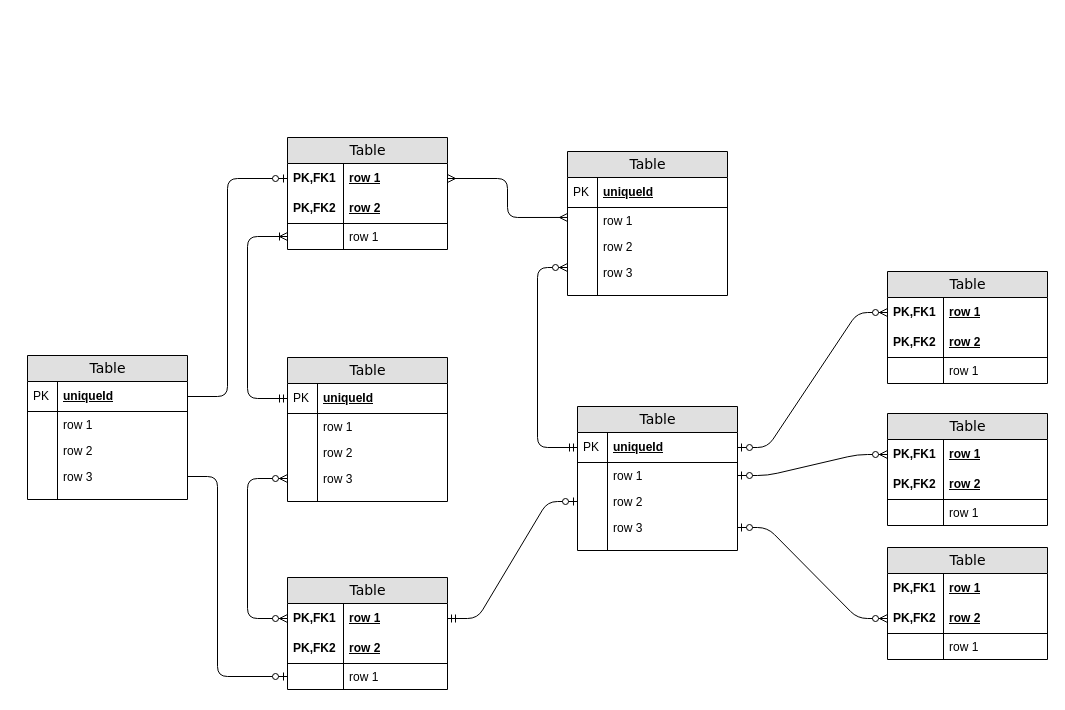
This is Диаграмма без названия.drawio from Shookherr/Skillbox, a draw.io file, before an edit. Source tidied: cells renumbered, new cells numbered last; positions are measured from the earlier drawing's top-left corner, leaving out a move shared by most shapes. Both pictures are drawn from the tidied source at 100%, with x=0, y=0 at pixel (27, 137).
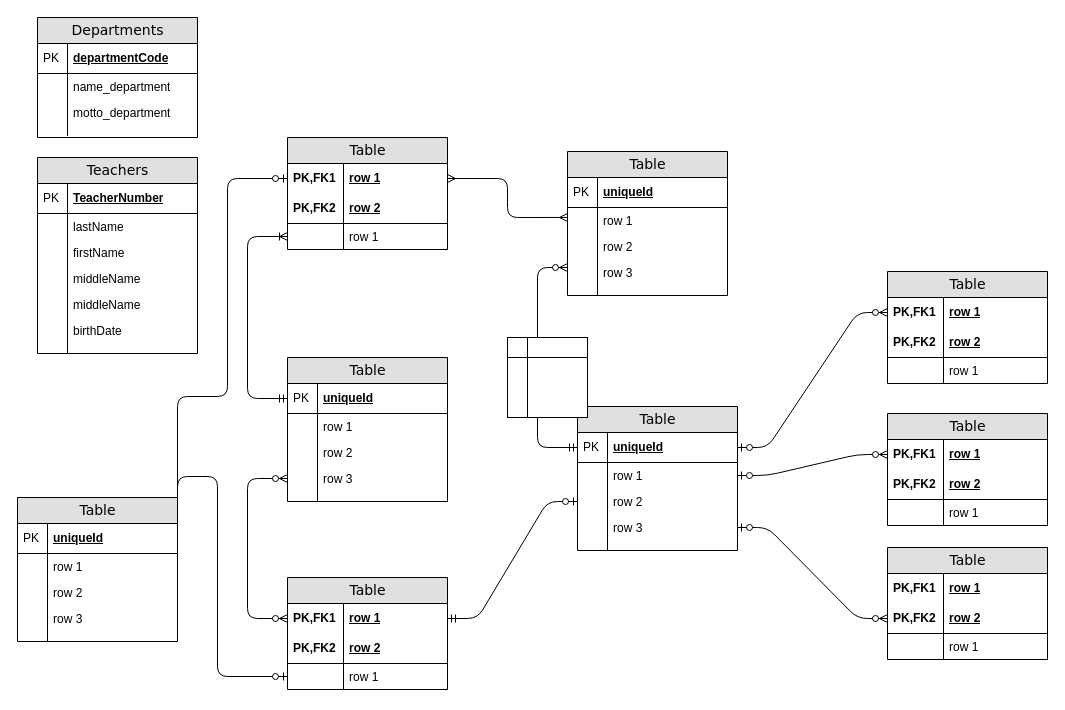
After the change.

Change to the diagram source:
```diff
@@
     <mxCell id="78" value="Table" style="swimlane;html=1;fontStyle=0;horizontal=1;startSize=26;fillColor=#e0e0e0;swimlaneFillColor=#ffffff;align=center;rounded=0;shadow=0;comic=0;labelBackgroundColor=none;strokeWidth=1;fontFamily=Verdana;fontSize=14;" parent="1" vertex="1">
-      <mxGeometry y="218" width="160" height="144" as="geometry" />
+      <mxGeometry x="-10" y="360" width="160" height="144" as="geometry" />
     </mxCell>
@@
+    <mxCell id="91" style="shape=internalStorage;whiteSpace=wrap;html=1;backgroundOutline=1;" parent="1" vertex="1">
+      <mxGeometry x="480" y="200" width="80" height="80" as="geometry" />
+    </mxCell>
+    <mxCell id="92" value="Departments" style="swimlane;html=1;fontStyle=0;horizontal=1;startSize=26;fillColor=#e0e0e0;swimlaneFillColor=#ffffff;align=center;rounded=0;shadow=0;comic=0;labelBackgroundColor=none;strokeWidth=1;fontFamily=Verdana;fontSize=14;swimlaneLine=1;" parent="1" vertex="1">
+      <mxGeometry x="10" y="-120" width="160" height="120" as="geometry" />
+    </mxCell>
+    <mxCell id="93" value="departmentCode" style="shape=partialRectangle;top=0;left=0;right=0;bottom=1;html=1;align=left;verticalAlign=middle;fillColor=none;spacingLeft=34;spacingRight=4;whiteSpace=wrap;overflow=hidden;fontStyle=5;" parent="92" vertex="1">
+      <mxGeometry y="26" width="160" height="30" as="geometry" />
+    </mxCell>
+    <mxCell id="94" value="PK" style="shape=partialRectangle;top=0;left=0;bottom=0;html=1;fillColor=none;align=left;verticalAlign=middle;spacingLeft=4;spacingRight=4;whiteSpace=wrap;overflow=hidden;" parent="93" vertex="1">
+      <mxGeometry width="30" height="30" as="geometry" />
+    </mxCell>
+    <mxCell id="95" value="name_department" style="shape=partialRectangle;top=0;left=0;right=0;bottom=0;html=1;align=left;verticalAlign=top;fillColor=none;spacingLeft=34;spacingRight=4;whiteSpace=wrap;overflow=hidden;" parent="92" vertex="1">
+      <mxGeometry y="56" width="160" height="26" as="geometry" />
+    </mxCell>
+    <mxCell id="96" style="shape=partialRectangle;top=0;left=0;bottom=0;html=1;fillColor=none;align=left;verticalAlign=top;spacingLeft=4;spacingRight=4;whiteSpace=wrap;overflow=hidden;" parent="95" vertex="1">
+      <mxGeometry width="30" height="26" as="geometry" />
+    </mxCell>
+    <mxCell id="97" value="motto_department" style="shape=partialRectangle;top=0;left=0;right=0;bottom=0;html=1;align=left;verticalAlign=top;fillColor=none;spacingLeft=34;spacingRight=4;whiteSpace=wrap;overflow=hidden;" parent="92" vertex="1">
+      <mxGeometry y="82" width="160" height="26" as="geometry" />
+    </mxCell>
+    <mxCell id="98" style="shape=partialRectangle;top=0;left=0;bottom=0;html=1;fillColor=none;align=left;verticalAlign=top;spacingLeft=4;spacingRight=4;whiteSpace=wrap;overflow=hidden;" parent="97" vertex="1">
+      <mxGeometry width="30" height="26" as="geometry" />
+    </mxCell>
+    <mxCell id="99" style="shape=partialRectangle;top=0;left=0;right=0;bottom=0;html=1;align=left;verticalAlign=top;fillColor=none;spacingLeft=34;spacingRight=4;whiteSpace=wrap;overflow=hidden;" parent="92" vertex="1">
+      <mxGeometry y="108" width="160" height="10" as="geometry" />
+    </mxCell>
+    <mxCell id="100" style="shape=partialRectangle;top=0;left=0;bottom=0;html=1;fillColor=none;align=left;verticalAlign=top;spacingLeft=4;spacingRight=4;whiteSpace=wrap;overflow=hidden;" parent="99" vertex="1">
+      <mxGeometry width="30" height="10" as="geometry" />
+    </mxCell>
+    <mxCell id="101" value="Teachers" style="swimlane;html=1;fontStyle=0;horizontal=1;startSize=26;fillColor=#e0e0e0;swimlaneFillColor=#ffffff;align=center;rounded=0;shadow=0;comic=0;labelBackgroundColor=none;strokeWidth=1;fontFamily=Verdana;fontSize=14;swimlaneLine=1;" parent="1" vertex="1">
+      <mxGeometry x="10" y="20" width="160" height="196" as="geometry" />
+    </mxCell>
+    <mxCell id="102" value="TeacherNumber" style="shape=partialRectangle;top=0;left=0;right=0;bottom=1;html=1;align=left;verticalAlign=middle;fillColor=none;spacingLeft=34;spacingRight=4;whiteSpace=wrap;overflow=hidden;fontStyle=5;" parent="101" vertex="1">
+      <mxGeometry y="26" width="160" height="30" as="geometry" />
+    </mxCell>
+    <mxCell id="103" value="PK" style="shape=partialRectangle;top=0;left=0;bottom=0;html=1;fillColor=none;align=left;verticalAlign=middle;spacingLeft=4;spacingRight=4;whiteSpace=wrap;overflow=hidden;" parent="102" vertex="1">
+      <mxGeometry width="30" height="30" as="geometry" />
+    </mxCell>
+    <mxCell id="104" value="lastName" style="shape=partialRectangle;top=0;left=0;right=0;bottom=0;html=1;align=left;verticalAlign=top;fillColor=none;spacingLeft=34;spacingRight=4;whiteSpace=wrap;overflow=hidden;" parent="101" vertex="1">
+      <mxGeometry y="56" width="160" height="26" as="geometry" />
+    </mxCell>
+    <mxCell id="105" style="shape=partialRectangle;top=0;left=0;bottom=0;html=1;fillColor=none;align=left;verticalAlign=top;spacingLeft=4;spacingRight=4;whiteSpace=wrap;overflow=hidden;" parent="104" vertex="1">
+      <mxGeometry width="30" height="26" as="geometry" />
+    </mxCell>
+    <mxCell id="106" value="firstName" style="shape=partialRectangle;top=0;left=0;right=0;bottom=0;html=1;align=left;verticalAlign=top;fillColor=none;spacingLeft=34;spacingRight=4;whiteSpace=wrap;overflow=hidden;" parent="101" vertex="1">
+      <mxGeometry y="82" width="160" height="26" as="geometry" />
+    </mxCell>
+    <mxCell id="107" style="shape=partialRectangle;top=0;left=0;bottom=0;html=1;fillColor=none;align=left;verticalAlign=top;spacingLeft=4;spacingRight=4;whiteSpace=wrap;overflow=hidden;" parent="106" vertex="1">
+      <mxGeometry width="30" height="26" as="geometry" />
+    </mxCell>
+    <mxCell id="108" value="middleName" style="shape=partialRectangle;top=0;left=0;right=0;bottom=0;html=1;align=left;verticalAlign=top;fillColor=none;spacingLeft=34;spacingRight=4;whiteSpace=wrap;overflow=hidden;" parent="101" vertex="1">
+      <mxGeometry y="108" width="160" height="26" as="geometry" />
+    </mxCell>
+    <mxCell id="109" style="shape=partialRectangle;top=0;left=0;bottom=0;html=1;fillColor=none;align=left;verticalAlign=top;spacingLeft=4;spacingRight=4;whiteSpace=wrap;overflow=hidden;" parent="108" vertex="1">
+      <mxGeometry width="30" height="26" as="geometry" />
+    </mxCell>
+    <mxCell id="110" value="middleName" style="shape=partialRectangle;top=0;left=0;right=0;bottom=0;html=1;align=left;verticalAlign=top;fillColor=none;spacingLeft=34;spacingRight=4;whiteSpace=wrap;overflow=hidden;" parent="101" vertex="1">
+      <mxGeometry y="134" width="160" height="26" as="geometry" />
+    </mxCell>
+    <mxCell id="111" style="shape=partialRectangle;top=0;left=0;bottom=0;html=1;fillColor=none;align=left;verticalAlign=top;spacingLeft=4;spacingRight=4;whiteSpace=wrap;overflow=hidden;" parent="110" vertex="1">
+      <mxGeometry width="30" height="26" as="geometry" />
+    </mxCell>
+    <mxCell id="112" value="birthDate" style="shape=partialRectangle;top=0;left=0;right=0;bottom=0;html=1;align=left;verticalAlign=top;fillColor=none;spacingLeft=34;spacingRight=4;whiteSpace=wrap;overflow=hidden;" parent="101" vertex="1">
+      <mxGeometry y="160" width="160" height="26" as="geometry" />
+    </mxCell>
+    <mxCell id="113" style="shape=partialRectangle;top=0;left=0;bottom=0;html=1;fillColor=none;align=left;verticalAlign=top;spacingLeft=4;spacingRight=4;whiteSpace=wrap;overflow=hidden;" parent="112" vertex="1">
+      <mxGeometry width="30" height="26" as="geometry" />
+    </mxCell>
+    <mxCell id="114" style="shape=partialRectangle;top=0;left=0;right=0;bottom=0;html=1;align=left;verticalAlign=top;fillColor=none;spacingLeft=34;spacingRight=4;whiteSpace=wrap;overflow=hidden;" parent="101" vertex="1">
+      <mxGeometry y="186" width="160" height="10" as="geometry" />
+    </mxCell>
+    <mxCell id="115" style="shape=partialRectangle;top=0;left=0;bottom=0;html=1;fillColor=none;align=left;verticalAlign=top;spacingLeft=4;spacingRight=4;whiteSpace=wrap;overflow=hidden;" parent="114" vertex="1">
+      <mxGeometry width="30" height="10" as="geometry" />
+    </mxCell>
```
